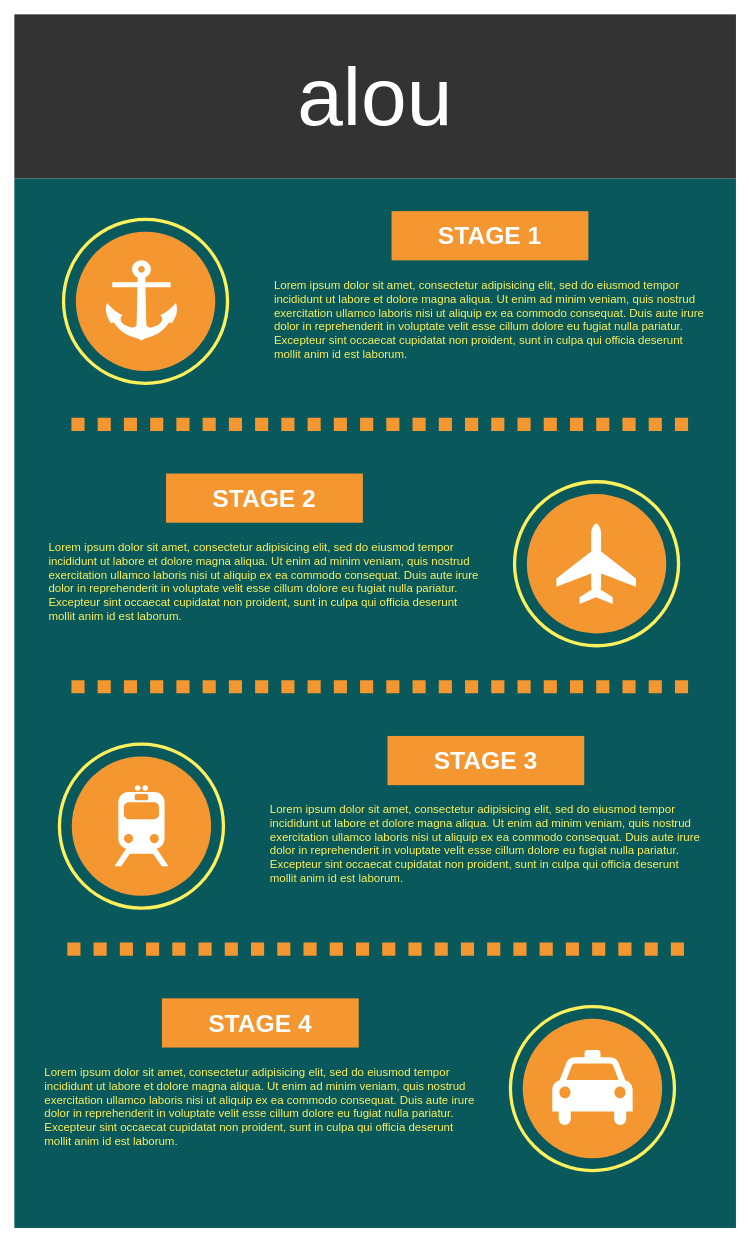
lucasdreger/diagrams keeps this draw.io diagram as test1.drawio. Above is the earlier version. Source tidied: cells renumbered, new cells numbered last; positions are measured from the earlier drawing's top-left corner, leaving out a move shared by most shapes. Both pictures are drawn from the tidied source at 82%, with x=0, y=0 at pixel (14, 14).
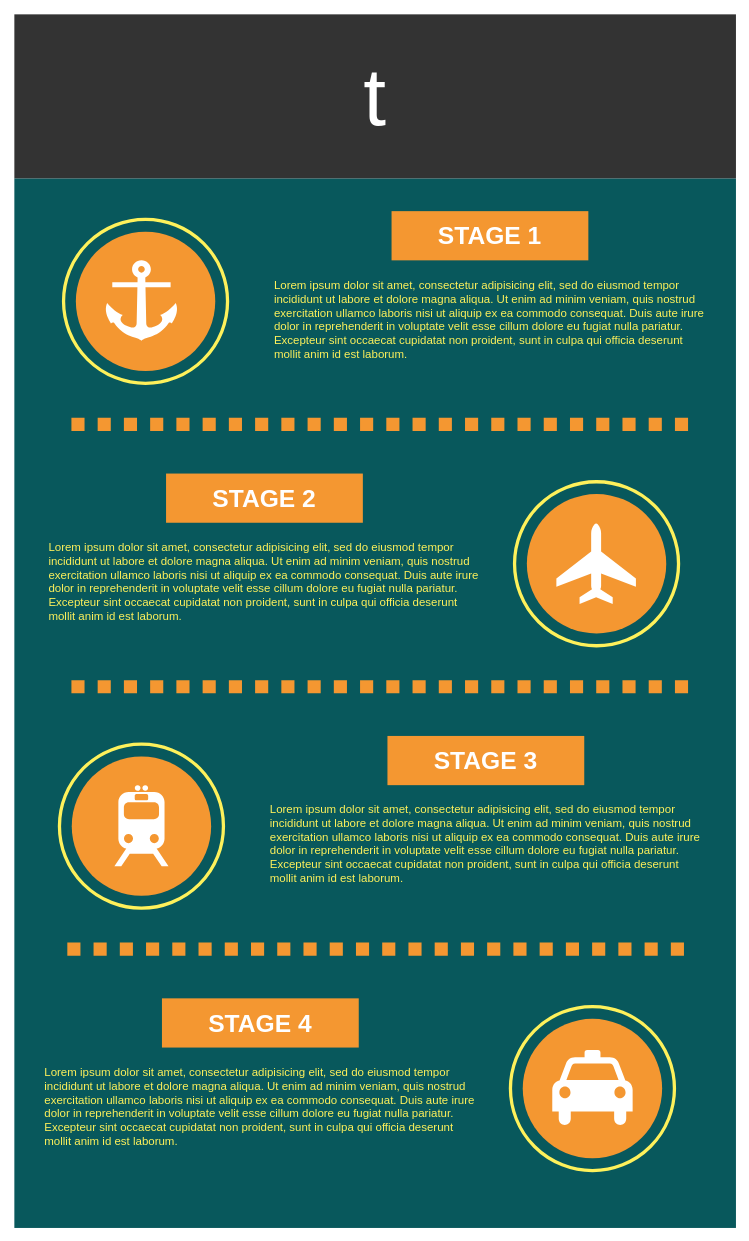
After the change.

Change to the diagram source:
```diff
@@
-    <mxCell id="3" value="alou" style="whiteSpace=wrap;html=1;rounded=0;shadow=0;dashed=0;strokeColor=none;strokeWidth=4;fillColor=#333333;gradientColor=none;fontFamily=Helvetica;fontSize=100;fontColor=#FFFFFF;align=center;" parent="1" vertex="1">
+    <mxCell id="3" value="t" style="whiteSpace=wrap;html=1;rounded=0;shadow=0;dashed=0;strokeColor=none;strokeWidth=4;fillColor=#333333;gradientColor=none;fontFamily=Helvetica;fontSize=100;fontColor=#FFFFFF;align=center;" parent="1" vertex="1">
       <mxGeometry width="880" height="200" as="geometry" />
     </mxCell>
```
